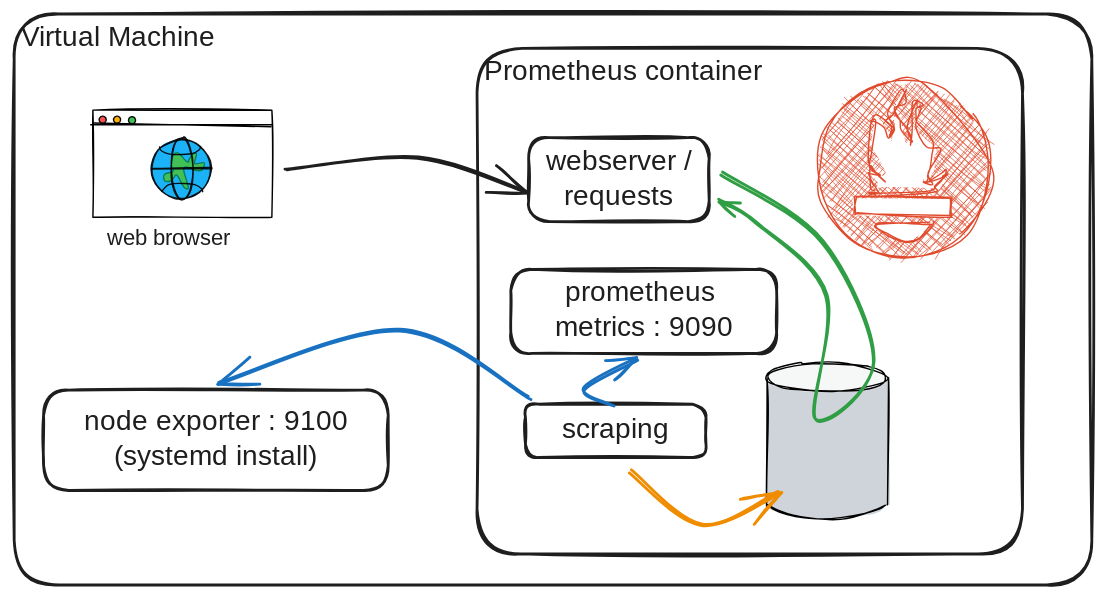
Earlier version of the Excalidraw export 01-prometheus/prometheus.excalidraw.svg (seb54000/tp-cs-monitoring-student). Source tidied: one line per element, renumbered; positions are measured from the earlier drawing's top-left corner, leaving out a move shared by most shapes.
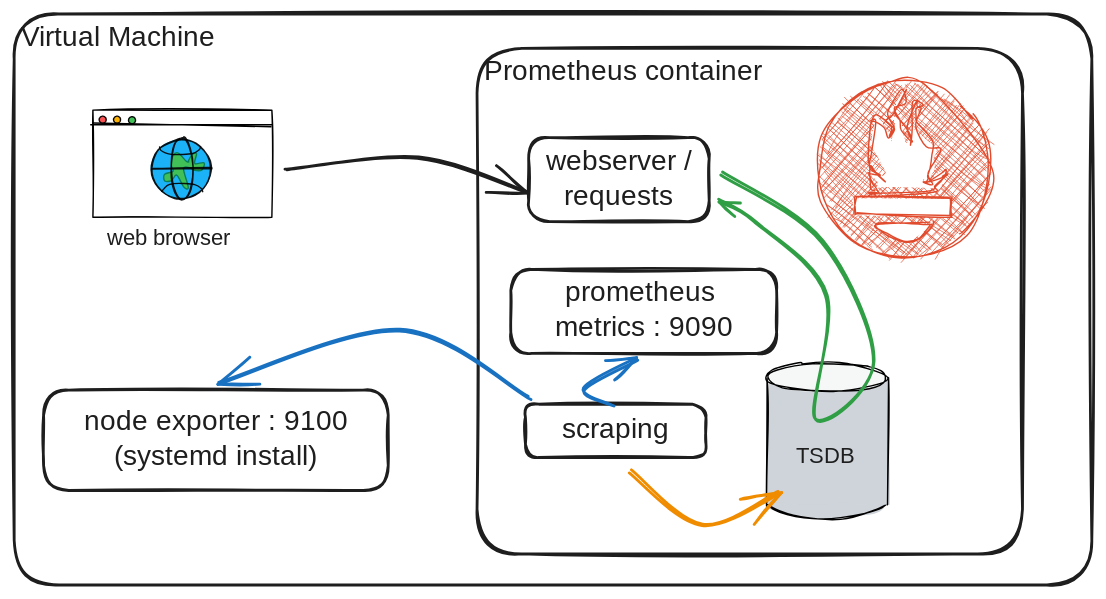
Later version of the same file.

What changed in the source:
```diff
@@ -36,3 +36,4 @@
 {"id": 35, "type": "text", "text": "web browser", "strokeColor": "#1e1e1e", "strokeWidth": 2, "roughness": 1, "fontSize": 16, "fontFamily": 1, "x": 67, "y": 151, "width": 93, "height": 20}
 {"id": 36, "type": "arrow", "strokeColor": "#1e1e1e", "strokeWidth": 2, "roughness": 1, "endArrowhead": "arrow", "round": true, "from": 24, "to": 17, "x": 195, "y": 110, "width": 172, "height": 25, "points": [[0, 0], [95, -7], [172, 18]]}
 {"id": 37, "type": "arrow", "strokeColor": "#2f9e44", "strokeWidth": 2, "roughness": 1, "endArrowhead": "arrow", "round": true, "from": 17, "to": 17, "x": 506, "y": 114, "width": 110, "height": 175, "points": [[0, 0], [73, 49], [108, 135], [65, 175], [75, 86], [25, 35], [-2, 19]]}
+{"id": 38, "type": "text", "text": "TSDB", "strokeColor": "#1e1e1e", "strokeWidth": 2, "roughness": 1, "fontSize": 16, "fontFamily": 1, "x": 559, "y": 306, "width": 47, "height": 20}
```
